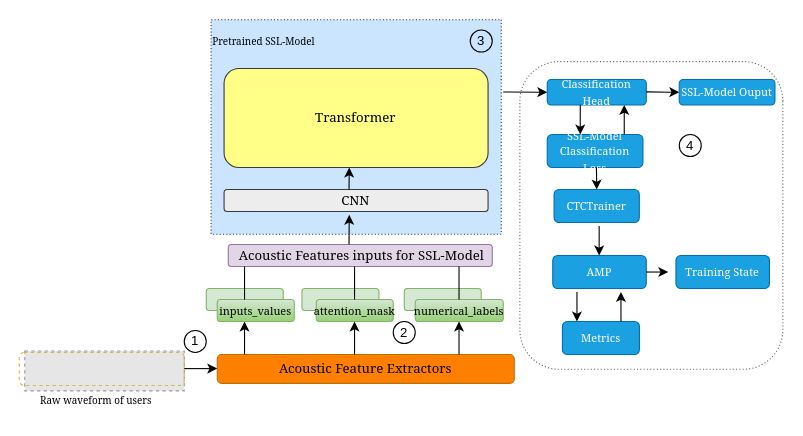
papasega/Applied-Deep-Learning keeps this draw.io diagram as Diagramme sans nom.drawio. Above is the earlier version. Source tidied: cells renumbered, new cells numbered last; positions are measured from the earlier drawing's top-left corner, leaving out a move shared by most shapes. Both pictures are drawn from the tidied source at 110%, with x=0, y=0 at pixel (19, -19). Pictures stored in the file or linked from it are replaced by grey dashed boxes.
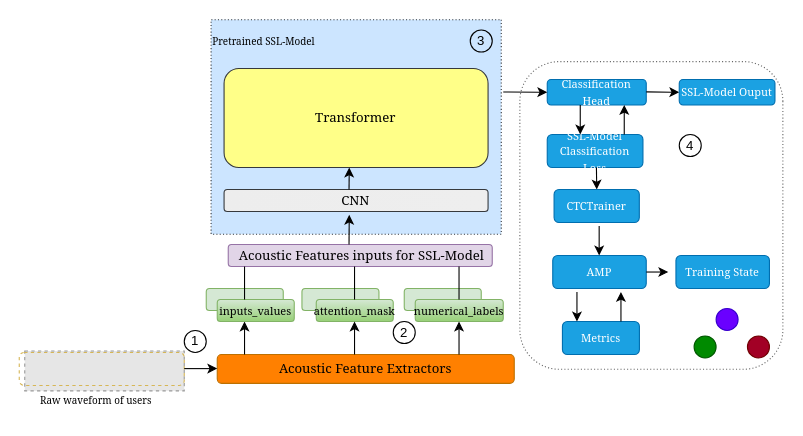
Above is the later version.

Commit message:
Mettre à jour Diagramme sans nom.drawio

Change to the diagram source:
```diff
@@
+    <mxCell id="48" style="ellipse;whiteSpace=wrap;html=1;fillColor=#008a00;fontColor=#ffffff;strokeColor=#005700;" parent="1" vertex="1">
+      <mxGeometry x="613.5" y="321.9" width="20" height="20" as="geometry" />
+    </mxCell>
+    <mxCell id="49" style="ellipse;whiteSpace=wrap;html=1;fillColor=#6a00ff;strokeColor=#3700CC;fontColor=#ffffff;" parent="1" vertex="1">
+      <mxGeometry x="633.5" y="296.9" width="20" height="20" as="geometry" />
+    </mxCell>
+    <mxCell id="50" style="ellipse;whiteSpace=wrap;html=1;fillColor=#a20025;strokeColor=#6F0000;fontColor=#ffffff;" parent="1" vertex="1">
+      <mxGeometry x="662" y="321.9" width="20" height="20" as="geometry" />
+    </mxCell>
```
